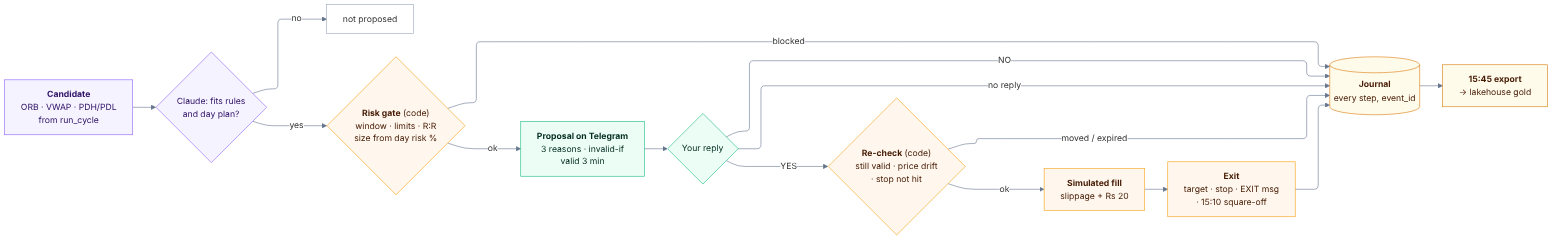
Above: docs/diagrams/03_trade_lifecycle.png in bumblebee26/paper-trader (Mermaid), before the change. Its source is kept beside it as docs/diagrams/03_trade_lifecycle.mmd.
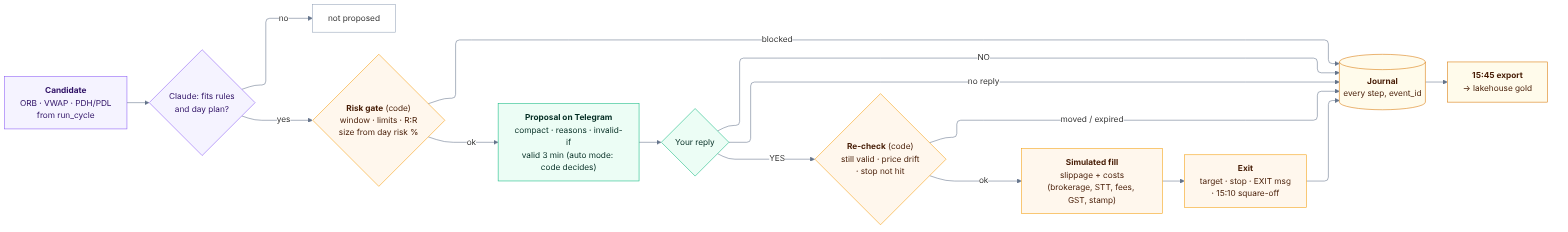
Above is the later version.

Diff of the diagram source:
```diff
@@ -6,10 +6,10 @@
     C["<b>Candidate</b><br/>ORB · VWAP · PDH/PDL<br/>from run_cycle"]
     J{"Claude: fits rules<br/>and day plan?"}
     G{"<b>Risk gate</b> (code)<br/>window · limits · R:R<br/>size from day risk %"}
-    P["<b>Proposal on Telegram</b><br/>3 reasons · invalid-if<br/>valid 3 min"]
+    P["<b>Proposal on Telegram</b><br/>compact · reasons · invalid-if<br/>valid 3 min (auto mode: code decides)"]
     D{"Your reply"}
     R{"<b>Re-check</b> (code)<br/>still valid · price drift<br/>· stop not hit"}
-    F["<b>Simulated fill</b><br/>slippage + Rs 20"]
+    F["<b>Simulated fill</b><br/>slippage + costs<br/>(brokerage, STT, fees, GST, stamp)"]
     X["<b>Exit</b><br/>target · stop · EXIT msg<br/>· 15:10 square-off"]
     JN[("<b>Journal</b><br/>every step, event_id")]
     E["<b>15:45 export</b><br/>→ lakehouse gold"]
```
